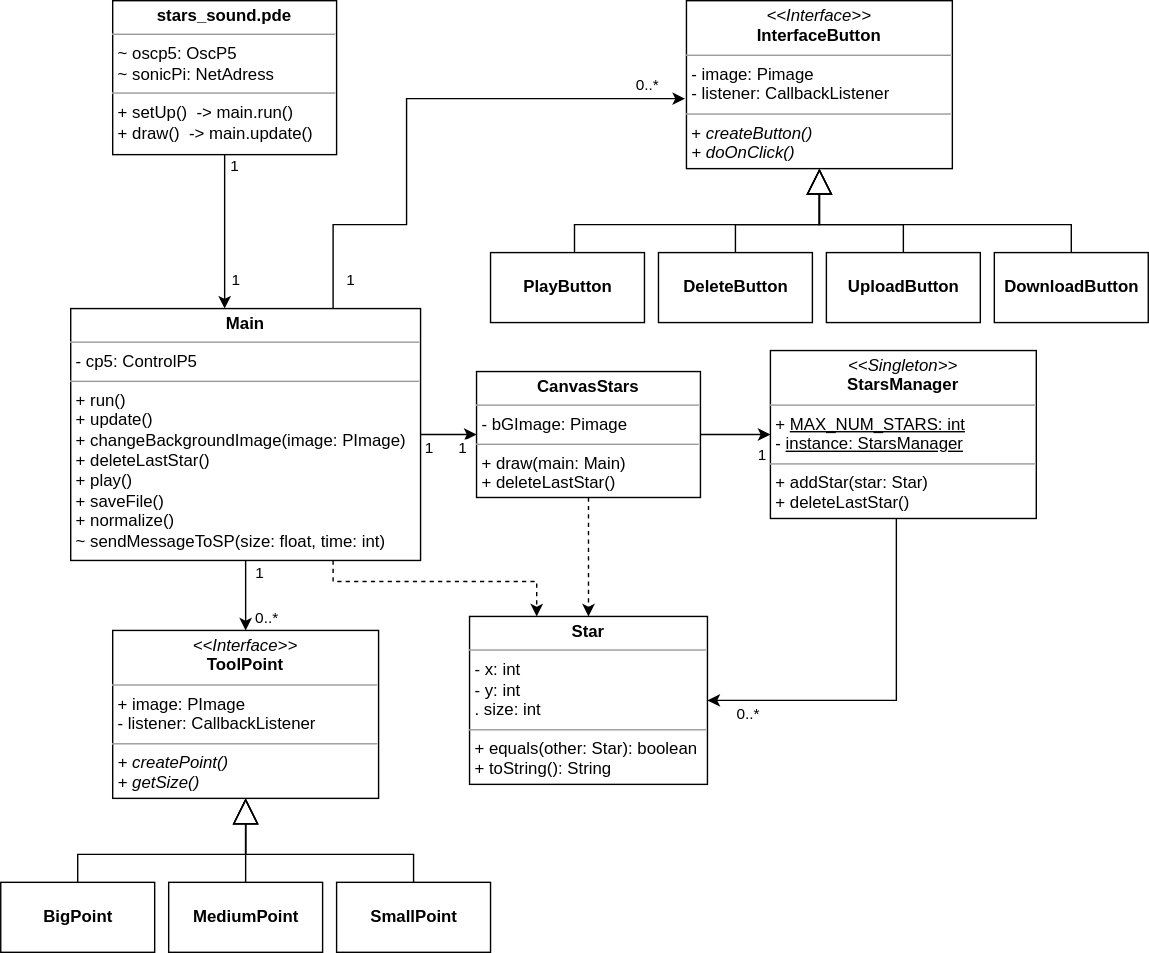
This is StarsSound.svg from andrealps/stars_sound, a draw.io export, as it was before one commit. Source tidied: cells renumbered, new cells last; positions are measured from the earlier drawing's top-left corner, leaving out a move shared by most shapes.
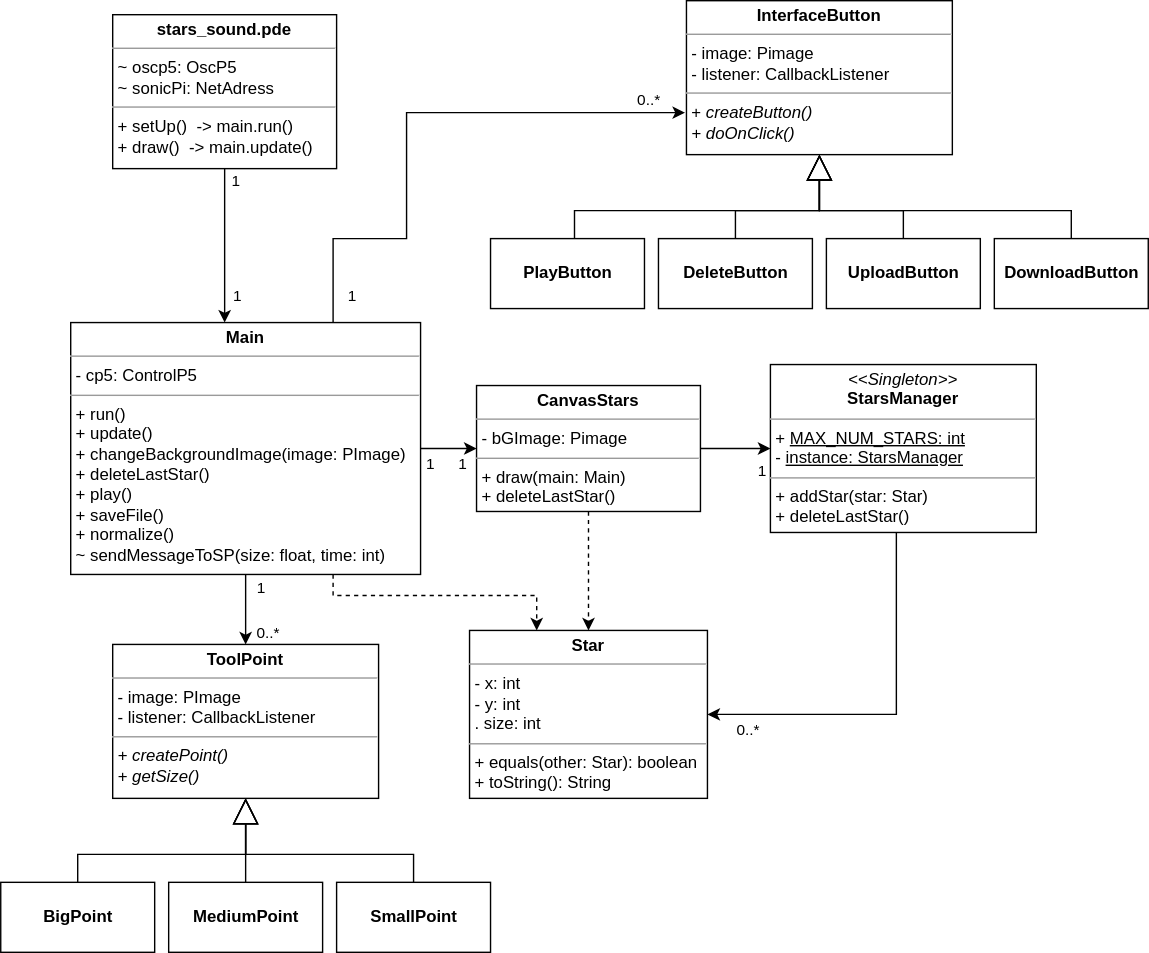
The same diagram one commit later.

What changed in the source:
```diff
@@ -83,31 +83,31 @@
         <mxPoint x="4.2" y="-11" as="offset" />
       </mxGeometry>
     </mxCell>
-    <mxCell id="17" value="&lt;p style=&quot;margin: 0px ; margin-top: 4px ; text-align: center&quot;&gt;&lt;i&gt;&amp;lt;&amp;lt;Interface&amp;gt;&amp;gt;&lt;/i&gt;&lt;br&gt;&lt;b&gt;InterfaceButton&lt;/b&gt;&lt;/p&gt;&lt;hr size=&quot;1&quot;&gt;&lt;p style=&quot;margin: 0px ; margin-left: 4px&quot;&gt;- image: Pimage&lt;/p&gt;&lt;p style=&quot;margin: 0px ; margin-left: 4px&quot;&gt;- listener: CallbackListener&lt;/p&gt;&lt;hr size=&quot;1&quot;&gt;&lt;p style=&quot;margin: 0px ; margin-left: 4px&quot;&gt;+ &lt;i&gt;createButton()&lt;/i&gt;&lt;/p&gt;&lt;p style=&quot;margin: 0px ; margin-left: 4px&quot;&gt;&lt;i&gt;+ doOnClick()&lt;/i&gt;&lt;/p&gt;" style="verticalAlign=top;align=left;overflow=fill;fontSize=12;fontFamily=Helvetica;html=1;" parent="1" vertex="1">
-      <mxGeometry x="490" width="190" height="120" as="geometry" />
+    <mxCell id="17" value="&lt;p style=&quot;margin: 0px ; margin-top: 4px ; text-align: center&quot;&gt;&lt;b&gt;InterfaceButton&lt;/b&gt;&lt;/p&gt;&lt;hr size=&quot;1&quot;&gt;&lt;p style=&quot;margin: 0px ; margin-left: 4px&quot;&gt;- image: Pimage&lt;/p&gt;&lt;p style=&quot;margin: 0px ; margin-left: 4px&quot;&gt;- listener: CallbackListener&lt;/p&gt;&lt;hr size=&quot;1&quot;&gt;&lt;p style=&quot;margin: 0px ; margin-left: 4px&quot;&gt;+ &lt;i&gt;createButton()&lt;/i&gt;&lt;/p&gt;&lt;p style=&quot;margin: 0px ; margin-left: 4px&quot;&gt;&lt;i&gt;+ doOnClick()&lt;/i&gt;&lt;/p&gt;" style="verticalAlign=top;align=left;overflow=fill;fontSize=12;fontFamily=Helvetica;html=1;" parent="1" vertex="1">
+      <mxGeometry x="490" y="-10" width="190" height="110" as="geometry" />
     </mxCell>
-    <mxCell id="18" value="&lt;p style=&quot;margin: 0px ; margin-top: 4px ; text-align: center&quot;&gt;&lt;i&gt;&amp;lt;&amp;lt;Interface&amp;gt;&amp;gt;&lt;/i&gt;&lt;br&gt;&lt;b&gt;ToolPoint&lt;/b&gt;&lt;/p&gt;&lt;hr size=&quot;1&quot;&gt;&lt;p style=&quot;margin: 0px ; margin-left: 4px&quot;&gt;+ image: PImage&lt;/p&gt;&lt;p style=&quot;margin: 0px ; margin-left: 4px&quot;&gt;- listener: CallbackListener&lt;/p&gt;&lt;hr size=&quot;1&quot;&gt;&lt;p style=&quot;margin: 0px ; margin-left: 4px&quot;&gt;&lt;i&gt;+ createPoint()&lt;/i&gt;&lt;/p&gt;&lt;p style=&quot;margin: 0px ; margin-left: 4px&quot;&gt;&lt;i&gt;+ getSize()&lt;/i&gt;&lt;/p&gt;" style="verticalAlign=top;align=left;overflow=fill;fontSize=12;fontFamily=Helvetica;html=1;" parent="1" vertex="1">
-      <mxGeometry x="80" y="450" width="190" height="120" as="geometry" />
+    <mxCell id="18" value="&lt;p style=&quot;margin: 0px ; margin-top: 4px ; text-align: center&quot;&gt;&lt;b&gt;ToolPoint&lt;/b&gt;&lt;/p&gt;&lt;hr size=&quot;1&quot;&gt;&lt;p style=&quot;margin: 0px ; margin-left: 4px&quot;&gt;- image: PImage&lt;/p&gt;&lt;p style=&quot;margin: 0px ; margin-left: 4px&quot;&gt;- listener: CallbackListener&lt;/p&gt;&lt;hr size=&quot;1&quot;&gt;&lt;p style=&quot;margin: 0px ; margin-left: 4px&quot;&gt;&lt;i&gt;+ createPoint()&lt;/i&gt;&lt;/p&gt;&lt;p style=&quot;margin: 0px ; margin-left: 4px&quot;&gt;&lt;i&gt;+ getSize()&lt;/i&gt;&lt;/p&gt;" style="verticalAlign=top;align=left;overflow=fill;fontSize=12;fontFamily=Helvetica;html=1;" parent="1" vertex="1">
+      <mxGeometry x="80" y="450" width="190" height="110" as="geometry" />
     </mxCell>
     <mxCell id="19" value="&lt;b&gt;DeleteButton&lt;/b&gt;" style="html=1;" parent="1" vertex="1">
-      <mxGeometry x="470" y="180" width="110" height="50" as="geometry" />
+      <mxGeometry x="470" y="160" width="110" height="50" as="geometry" />
     </mxCell>
     <mxCell id="20" style="endArrow=block;endSize=16;endFill=0;html=1;exitX=0.5;exitY=0;exitDx=0;exitDy=0;entryX=0.5;entryY=1;entryDx=0;entryDy=0;edgeStyle=orthogonalEdgeStyle;rounded=0;" parent="1" edge="1" source="19" target="17">
       <mxGeometry relative="1" as="geometry">
         <Array as="points">
-          <mxPoint x="525" y="160" />
-          <mxPoint x="585" y="160" />
+          <mxPoint x="525" y="140" />
+          <mxPoint x="585" y="140" />
         </Array>
       </mxGeometry>
     </mxCell>
     <mxCell id="21" value="&lt;b&gt;DownloadButton&lt;/b&gt;" style="html=1;" parent="1" vertex="1">
-      <mxGeometry x="710" y="180" width="110" height="50" as="geometry" />
+      <mxGeometry x="710" y="160" width="110" height="50" as="geometry" />
     </mxCell>
     <mxCell id="22" style="endArrow=block;endSize=16;endFill=0;html=1;exitX=0.5;exitY=0;exitDx=0;exitDy=0;entryX=0.5;entryY=1;entryDx=0;entryDy=0;edgeStyle=orthogonalEdgeStyle;rounded=0;" parent="1" edge="1" source="21" target="17">
       <mxGeometry relative="1" as="geometry">
         <Array as="points">
-          <mxPoint x="765" y="160" />
-          <mxPoint x="585" y="160" />
+          <mxPoint x="765" y="140" />
+          <mxPoint x="585" y="140" />
         </Array>
       </mxGeometry>
     </mxCell>
@@ -144,30 +144,30 @@
       <mxGeometry x="335" y="440" width="170" height="120" as="geometry" />
     </mxCell>
     <mxCell id="31" value="&lt;b&gt;BigPoint&lt;/b&gt;" style="html=1;" parent="1" vertex="1">
-      <mxGeometry y="630" width="110" height="50" as="geometry" />
+      <mxGeometry y="620" width="110" height="50" as="geometry" />
     </mxCell>
     <mxCell id="32" style="endArrow=block;endSize=16;endFill=0;html=1;edgeStyle=orthogonalEdgeStyle;rounded=0;" parent="1" edge="1" source="31" target="18">
       <mxGeometry relative="1" as="geometry">
         <Array as="points">
-          <mxPoint x="55" y="610" />
-          <mxPoint x="175" y="610" />
+          <mxPoint x="55" y="600" />
+          <mxPoint x="175" y="600" />
         </Array>
       </mxGeometry>
     </mxCell>
     <mxCell id="33" value="&lt;b&gt;MediumPoint&lt;/b&gt;" style="html=1;" parent="1" vertex="1">
-      <mxGeometry x="120" y="630" width="110" height="50" as="geometry" />
+      <mxGeometry x="120" y="620" width="110" height="50" as="geometry" />
     </mxCell>
     <mxCell id="34" value="&lt;b&gt;SmallPoint&lt;/b&gt;" style="html=1;" parent="1" vertex="1">
-      <mxGeometry x="240" y="630" width="110" height="50" as="geometry" />
+      <mxGeometry x="240" y="620" width="110" height="50" as="geometry" />
     </mxCell>
     <mxCell id="35" value="&lt;b&gt;PlayButton&lt;/b&gt;" style="html=1;" parent="1" vertex="1">
-      <mxGeometry x="350" y="180" width="110" height="50" as="geometry" />
+      <mxGeometry x="350" y="160" width="110" height="50" as="geometry" />
     </mxCell>
     <mxCell id="36" style="endArrow=block;endSize=16;endFill=0;html=1;entryX=0.5;entryY=1;entryDx=0;entryDy=0;edgeStyle=orthogonalEdgeStyle;rounded=0;" parent="1" edge="1" source="35" target="17">
       <mxGeometry relative="1" as="geometry">
         <Array as="points">
-          <mxPoint x="410" y="160" />
-          <mxPoint x="585" y="160" />
+          <mxPoint x="410" y="140" />
+          <mxPoint x="585" y="140" />
         </Array>
       </mxGeometry>
     </mxCell>
@@ -177,19 +177,19 @@
     <mxCell id="38" style="endArrow=block;endSize=16;endFill=0;html=1;exitX=0.5;exitY=0;exitDx=0;exitDy=0;entryX=0.5;entryY=1;entryDx=0;entryDy=0;edgeStyle=orthogonalEdgeStyle;rounded=0;" parent="1" edge="1" source="34" target="18">
       <mxGeometry relative="1" as="geometry">
         <Array as="points">
-          <mxPoint x="295" y="610" />
-          <mxPoint x="175" y="610" />
+          <mxPoint x="295" y="600" />
+          <mxPoint x="175" y="600" />
         </Array>
       </mxGeometry>
     </mxCell>
     <mxCell id="39" value="&lt;b&gt;UploadButton&lt;/b&gt;" style="html=1;" parent="1" vertex="1">
-      <mxGeometry x="590" y="180" width="110" height="50" as="geometry" />
+      <mxGeometry x="590" y="160" width="110" height="50" as="geometry" />
     </mxCell>
     <mxCell id="40" style="endArrow=block;endSize=16;endFill=0;html=1;entryX=0.5;entryY=1;entryDx=0;entryDy=0;edgeStyle=orthogonalEdgeStyle;rounded=0;exitX=0.5;exitY=0;exitDx=0;exitDy=0;" parent="1" edge="1" source="39" target="17">
       <mxGeometry relative="1" as="geometry">
         <Array as="points">
-          <mxPoint x="645" y="160" />
-          <mxPoint x="585" y="160" />
+          <mxPoint x="645" y="140" />
+          <mxPoint x="585" y="140" />
         </Array>
       </mxGeometry>
     </mxCell>
```
